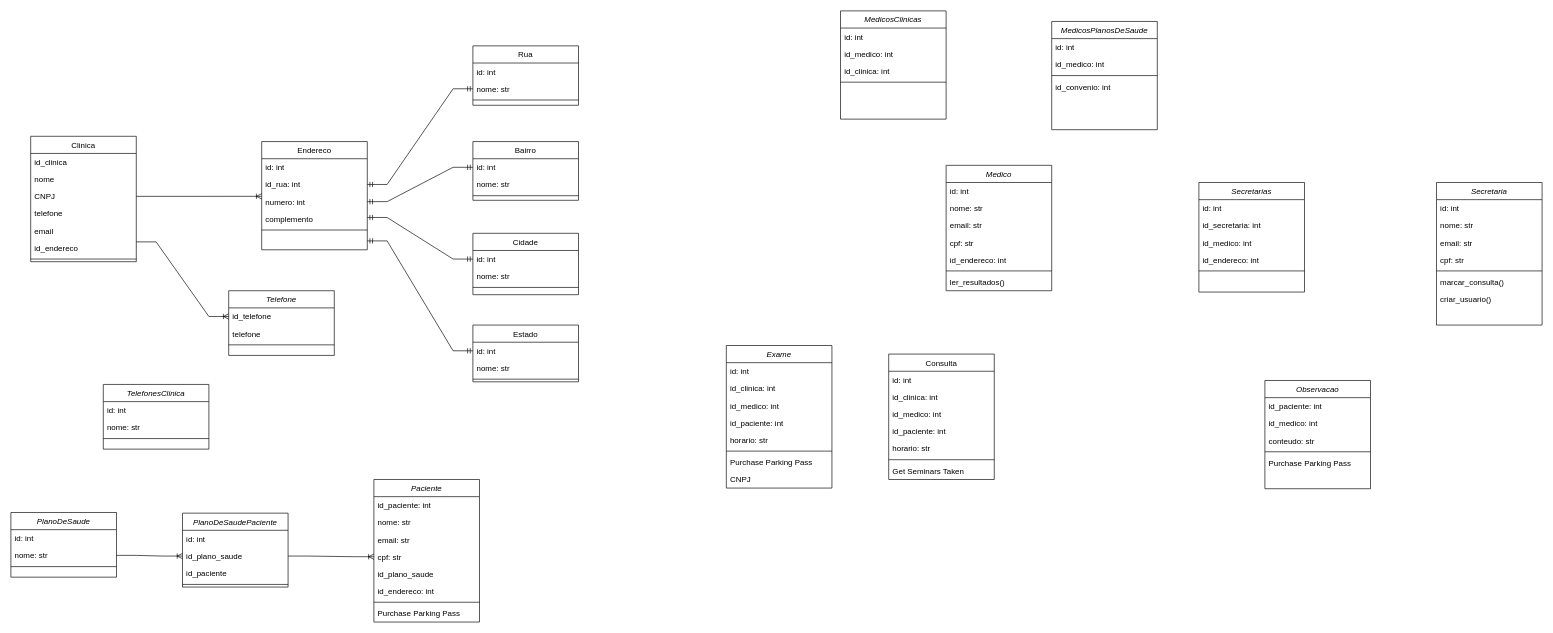
This is clinica_db.drawio from KauanHK/diagramas, a draw.io file, before an edit. Source tidied: cells renumbered, new cells numbered last; positions are measured from the earlier drawing's top-left corner, leaving out a move shared by most shapes. Both pictures are drawn from the tidied source at 66%, with x=0, y=0 at pixel (11, 11).
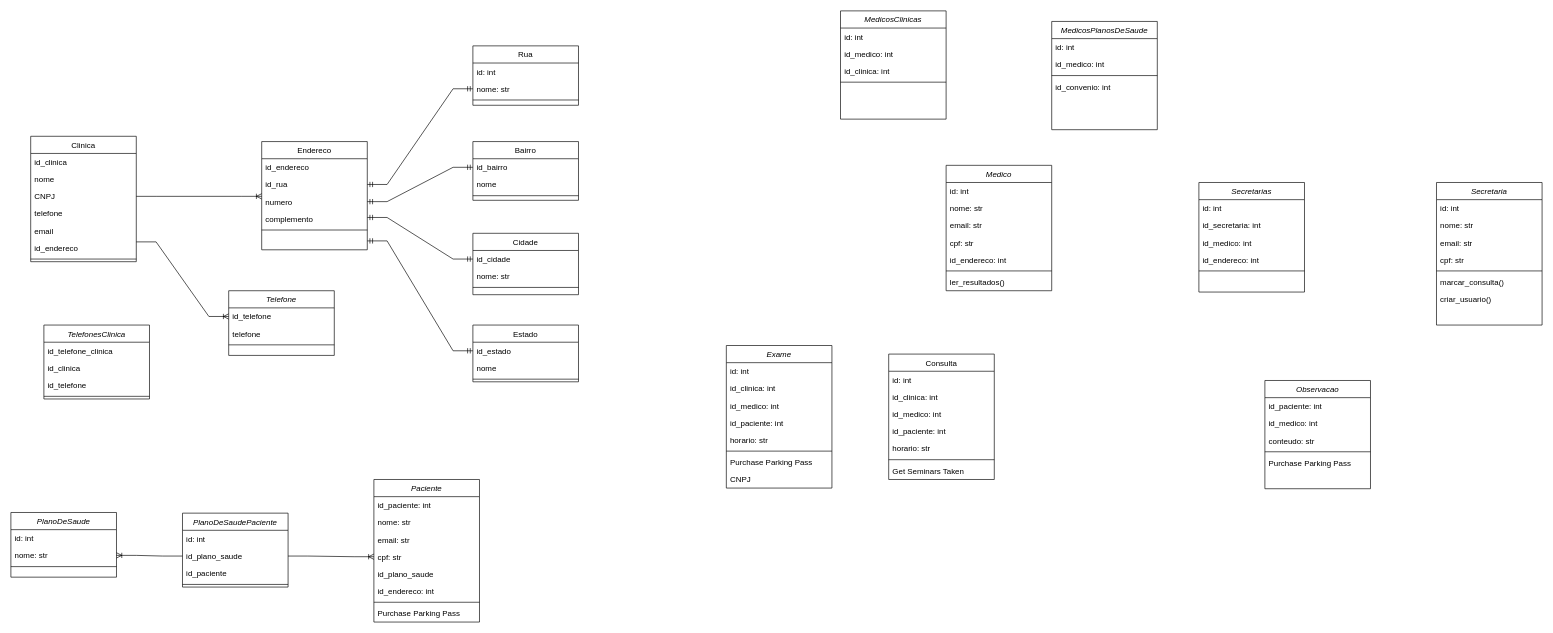
The same diagram, later.

Unchanged cells that the change refers to:
```xml
<mxCell id="76" value="nome: str" style="text;align=left;verticalAlign=top;spacingLeft=4;spacingRight=4;overflow=hidden;points=[[0,0.5],[1,0.5]];portConstraint=eastwest;" parent="74" vertex="1">
  <mxGeometry y="52" width="160" height="26" as="geometry" />
</mxCell>
<mxCell id="78" value="Endereco" style="swimlane;fontStyle=0;align=center;verticalAlign=top;horizontal=1;startSize=26;rounded=0;shadow=0;strokeWidth=1;" parent="1" vertex="1">
  <mxGeometry x="380" y="198" width="160" height="164" as="geometry" />
</mxCell>
<mxCell id="88" value="Bairro" style="swimlane;fontStyle=0;align=center;verticalAlign=top;horizontal=1;startSize=26;rounded=0;shadow=0;strokeWidth=1;" parent="1" vertex="1">
  <mxGeometry x="700" y="198" width="160" height="89" as="geometry" />
</mxCell>
<mxCell id="92" value="Cidade" style="swimlane;fontStyle=0;align=center;verticalAlign=top;horizontal=1;startSize=26;rounded=0;shadow=0;strokeWidth=1;" parent="1" vertex="1">
  <mxGeometry x="700" y="337" width="160" height="93" as="geometry" />
</mxCell>
<mxCell id="96" value="Estado" style="swimlane;fontStyle=0;align=center;verticalAlign=top;horizontal=1;startSize=26;rounded=0;shadow=0;strokeWidth=1;" parent="1" vertex="1">
  <mxGeometry x="700" y="476" width="160" height="86" as="geometry" />
</mxCell>
<mxCell id="107" value="id_plano_saude" style="text;align=left;verticalAlign=top;spacingLeft=4;spacingRight=4;overflow=hidden;points=[[0,0.5],[1,0.5]];portConstraint=eastwest;" parent="105" vertex="1">
  <mxGeometry y="52" width="160" height="26" as="geometry" />
</mxCell>
```

The edit, as a diff of the source:
```diff
@@
-    <mxCell id="79" value="id: int" style="text;align=left;verticalAlign=top;spacingLeft=4;spacingRight=4;overflow=hidden;" parent="78" vertex="1">
+    <mxCell id="79" value="id_endereco" style="text;align=left;verticalAlign=top;spacingLeft=4;spacingRight=4;overflow=hidden;" parent="78" vertex="1">
       <mxGeometry y="26" width="160" height="26" as="geometry" />
     </mxCell>
-    <mxCell id="80" value="id_rua: int" style="text;align=left;verticalAlign=top;spacingLeft=4;spacingRight=4;overflow=hidden;points=[[0,0.5],[1,0.5]];portConstraint=eastwest;" parent="78" vertex="1">
+    <mxCell id="80" value="id_rua" style="text;align=left;verticalAlign=top;spacingLeft=4;spacingRight=4;overflow=hidden;points=[[0,0.5],[1,0.5]];portConstraint=eastwest;" parent="78" vertex="1">
       <mxGeometry y="52" width="160" height="26" as="geometry" />
     </mxCell>
-    <mxCell id="81" value="numero: int" style="text;align=left;verticalAlign=top;spacingLeft=4;spacingRight=4;overflow=hidden;points=[[0,0.5],[1,0.5]];portConstraint=eastwest;" parent="78" vertex="1">
+    <mxCell id="81" value="numero" style="text;align=left;verticalAlign=top;spacingLeft=4;spacingRight=4;overflow=hidden;points=[[0,0.5],[1,0.5]];portConstraint=eastwest;" parent="78" vertex="1">
       <mxGeometry y="78" width="160" height="26" as="geometry" />
     </mxCell>
@@
-    <mxCell id="89" value="id: int" style="text;align=left;verticalAlign=top;spacingLeft=4;spacingRight=4;overflow=hidden;points=[[0,0.5],[1,0.5]];portConstraint=eastwest;" parent="88" vertex="1">
+    <mxCell id="89" value="id_bairro" style="text;align=left;verticalAlign=top;spacingLeft=4;spacingRight=4;overflow=hidden;points=[[0,0.5],[1,0.5]];portConstraint=eastwest;" parent="88" vertex="1">
       <mxGeometry y="26" width="160" height="26" as="geometry" />
     </mxCell>
-    <mxCell id="90" value="nome: str" style="text;align=left;verticalAlign=top;spacingLeft=4;spacingRight=4;overflow=hidden;" parent="88" vertex="1">
+    <mxCell id="90" value="nome" style="text;align=left;verticalAlign=top;spacingLeft=4;spacingRight=4;overflow=hidden;" parent="88" vertex="1">
       <mxGeometry y="52" width="160" height="26" as="geometry" />
     </mxCell>
@@
-    <mxCell id="93" value="id: int" style="text;align=left;verticalAlign=top;spacingLeft=4;spacingRight=4;overflow=hidden;points=[[0,0.5],[1,0.5]];portConstraint=eastwest;" parent="92" vertex="1">
+    <mxCell id="93" value="id_cidade" style="text;align=left;verticalAlign=top;spacingLeft=4;spacingRight=4;overflow=hidden;points=[[0,0.5],[1,0.5]];portConstraint=eastwest;" parent="92" vertex="1">
       <mxGeometry y="26" width="160" height="26" as="geometry" />
     </mxCell>
@@
-    <mxCell id="97" value="id: int" style="text;align=left;verticalAlign=top;spacingLeft=4;spacingRight=4;overflow=hidden;points=[[0,0.5],[1,0.5]];portConstraint=eastwest;" parent="96" vertex="1">
+    <mxCell id="97" value="id_estado" style="text;align=left;verticalAlign=top;spacingLeft=4;spacingRight=4;overflow=hidden;points=[[0,0.5],[1,0.5]];portConstraint=eastwest;" parent="96" vertex="1">
       <mxGeometry y="26" width="160" height="26" as="geometry" />
     </mxCell>
-    <mxCell id="98" value="nome: str" style="text;align=left;verticalAlign=top;spacingLeft=4;spacingRight=4;overflow=hidden;" parent="96" vertex="1">
+    <mxCell id="98" value="nome" style="text;align=left;verticalAlign=top;spacingLeft=4;spacingRight=4;overflow=hidden;" parent="96" vertex="1">
       <mxGeometry y="52" width="160" height="26" as="geometry" />
     </mxCell>
@@
-    <mxCell id="110" style="edgeStyle=entityRelationEdgeStyle;fontSize=12;html=1;endArrow=ERoneToMany;rounded=0;exitX=1;exitY=0.5;exitDx=0;exitDy=0;entryX=0;entryY=0.5;entryDx=0;entryDy=0;" parent="1" edge="1" source="76" target="107">
+    <mxCell id="110" style="edgeStyle=entityRelationEdgeStyle;fontSize=12;html=1;endArrow=ERoneToMany;rounded=0;exitX=0;exitY=0.5;exitDx=0;exitDy=0;entryX=1;entryY=0.5;entryDx=0;entryDy=0;" parent="1" edge="1" source="107" target="76">
       <mxGeometry relative="1" as="geometry" />
     </mxCell>
@@
     <mxCell id="112" value="TelefonesClinica" style="swimlane;fontStyle=2;align=center;verticalAlign=top;horizontal=1;startSize=26;rounded=0;shadow=0;strokeWidth=1;" parent="1" vertex="1">
-      <mxGeometry x="140" y="566" width="160" height="98" as="geometry" />
+      <mxGeometry x="50" y="476" width="160" height="112" as="geometry" />
     </mxCell>
-    <mxCell id="113" value="id: int" style="text;align=left;verticalAlign=top;spacingLeft=4;spacingRight=4;overflow=hidden;" parent="112" vertex="1">
+    <mxCell id="113" value="id_telefone_clinica" style="text;align=left;verticalAlign=top;spacingLeft=4;spacingRight=4;overflow=hidden;" parent="112" vertex="1">
       <mxGeometry y="26" width="160" height="26" as="geometry" />
     </mxCell>
-    <mxCell id="114" value="nome: str" style="text;align=left;verticalAlign=top;spacingLeft=4;spacingRight=4;overflow=hidden;" parent="112" vertex="1">
+    <mxCell id="114" value="id_clinica" style="text;align=left;verticalAlign=top;spacingLeft=4;spacingRight=4;overflow=hidden;" parent="112" vertex="1">
       <mxGeometry y="52" width="160" height="26" as="geometry" />
     </mxCell>
+    <mxCell id="121" value="id_telefone" style="text;align=left;verticalAlign=top;spacingLeft=4;spacingRight=4;overflow=hidden;" parent="112" vertex="1">
+      <mxGeometry y="78" width="160" height="26" as="geometry" />
+    </mxCell>
     <mxCell id="115" style="line;html=1;strokeWidth=1;align=left;verticalAlign=middle;spacingTop=-1;spacingLeft=3;spacingRight=3;labelPosition=right;" parent="112" vertex="1">
-      <mxGeometry y="78" width="160" height="8" as="geometry" />
+      <mxGeometry y="104" width="160" height="8" as="geometry" />
     </mxCell>
```
